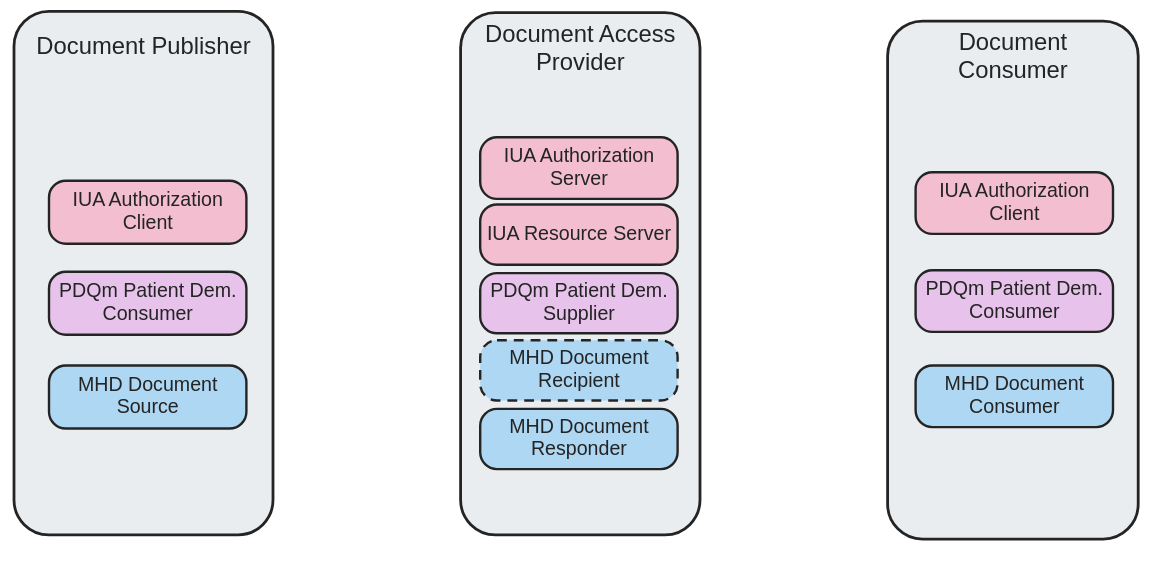
Earlier version of the draw.io export input/images/docExchange_2.drawio.svg (euridice-org/eu-health-data-api). Source tidied: cells renumbered, new cells last; positions are measured from the earlier drawing's top-left corner, leaving out a move shared by most shapes. Its diagram source:
```xml
<mxGraphModel>
  <root>
    <mxCell id="0" />
    <mxCell id="1" parent="0" />
    <mxCell id="2" style="rounded=1;whiteSpace=wrap;html=0;align=center;verticalAlign=middle;fillColor=#e9edf0;strokeColor=#242424;strokeWidth=2;fontColor=#242424;fontSize=16;fontFamily=Arial;" parent="1" vertex="1">
      <mxGeometry width="185" height="374" as="geometry" />
    </mxCell>
    <mxCell id="3" style="rounded=1;whiteSpace=wrap;html=0;align=center;verticalAlign=middle;fillColor=#e9edf0;strokeColor=#242424;strokeWidth=2;fontColor=#242424;fontSize=16;fontFamily=Arial;" parent="1" vertex="1">
      <mxGeometry x="319" y="1" width="171" height="373" as="geometry" />
    </mxCell>
    <mxCell id="4" style="rounded=1;whiteSpace=wrap;html=0;align=center;verticalAlign=middle;fillColor=#e9edf0;strokeColor=#242424;strokeWidth=2;fontColor=#242424;fontSize=16;fontFamily=Arial;" parent="1" vertex="1">
      <mxGeometry x="624" y="7" width="179" height="370" as="geometry" />
    </mxCell>
    <mxCell id="5" value="Document Publisher" style="text;html=0;whiteSpace=wrap;align=center;verticalAlign=middle;strokeColor=none;fillColor=none;fontColor=#242424;fontSize=17;fontFamily=Arial;" parent="1" vertex="1">
      <mxGeometry x="3" y="4" width="179" height="44" as="geometry" />
    </mxCell>
    <mxCell id="6" value="Document Access&#10;Provider" style="text;html=0;whiteSpace=wrap;align=center;verticalAlign=middle;strokeColor=none;fillColor=none;fontColor=#242424;fontSize=17;fontFamily=Arial;" parent="1" vertex="1">
      <mxGeometry x="321" y="4" width="167" height="47" as="geometry" />
    </mxCell>
    <mxCell id="7" value="Document&#10;Consumer" style="text;html=0;whiteSpace=wrap;align=center;verticalAlign=middle;strokeColor=none;fillColor=none;fontColor=#242424;fontSize=17;fontFamily=Arial;" parent="1" vertex="1">
      <mxGeometry x="627" y="10" width="173" height="47" as="geometry" />
    </mxCell>
    <mxCell id="8" value="IUA Authorization&#10;Client" style="rounded=1;whiteSpace=wrap;html=0;align=center;verticalAlign=middle;fillColor=#f3bfd0;strokeColor=#242424;strokeWidth=1.7;fontColor=#242424;fontSize=14;fontFamily=Arial;" parent="1" vertex="1">
      <mxGeometry x="25" y="121" width="141" height="45" as="geometry" />
    </mxCell>
    <mxCell id="9" value="PDQm Patient Dem.&#10;Consumer" style="rounded=1;whiteSpace=wrap;html=0;align=center;verticalAlign=middle;fillColor=#e7c2eb;strokeColor=#242424;strokeWidth=1.7;fontColor=#242424;fontSize=14;fontFamily=Arial;" parent="1" vertex="1">
      <mxGeometry x="25" y="186" width="141" height="45" as="geometry" />
    </mxCell>
    <mxCell id="10" value="MHD Document&#10;Source" style="rounded=1;whiteSpace=wrap;html=0;align=center;verticalAlign=middle;fillColor=#add7f2;strokeColor=#242424;strokeWidth=1.7;fontColor=#242424;fontSize=14;fontFamily=Arial;" parent="1" vertex="1">
      <mxGeometry x="25" y="253" width="141" height="45" as="geometry" />
    </mxCell>
    <mxCell id="11" value="IUA Authorization&#10;Server" style="rounded=1;whiteSpace=wrap;html=0;align=center;verticalAlign=middle;fillColor=#f3bfd0;strokeColor=#242424;strokeWidth=1.7;fontColor=#242424;fontSize=14;fontFamily=Arial;" parent="1" vertex="1">
      <mxGeometry x="333" y="90" width="141" height="44" as="geometry" />
    </mxCell>
    <mxCell id="12" value="IUA Resource Server" style="rounded=1;whiteSpace=wrap;html=0;align=center;verticalAlign=middle;fillColor=#f3bfd0;strokeColor=#242424;strokeWidth=1.7;fontColor=#242424;fontSize=14;fontFamily=Arial;" parent="1" vertex="1">
      <mxGeometry x="333" y="138" width="141" height="43" as="geometry" />
    </mxCell>
    <mxCell id="13" value="PDQm Patient Dem.&#10;Supplier" style="rounded=1;whiteSpace=wrap;html=0;align=center;verticalAlign=middle;fillColor=#e7c2eb;strokeColor=#242424;strokeWidth=1.7;fontColor=#242424;fontSize=14;fontFamily=Arial;" parent="1" vertex="1">
      <mxGeometry x="333" y="187" width="141" height="43" as="geometry" />
    </mxCell>
    <mxCell id="14" value="MHD Document&#10;Recipient" style="rounded=1;whiteSpace=wrap;html=0;align=center;verticalAlign=middle;fillColor=#add7f2;strokeColor=#242424;strokeWidth=1.7;fontColor=#242424;fontSize=14;fontFamily=Arial;dashed=1;dashPattern=7 5;" parent="1" vertex="1">
      <mxGeometry x="333" y="235" width="141" height="43" as="geometry" />
    </mxCell>
    <mxCell id="15" value="MHD Document&#10;Responder" style="rounded=1;whiteSpace=wrap;html=0;align=center;verticalAlign=middle;fillColor=#add7f2;strokeColor=#242424;strokeWidth=1.7;fontColor=#242424;fontSize=14;fontFamily=Arial;" parent="1" vertex="1">
      <mxGeometry x="333" y="284" width="141" height="43" as="geometry" />
    </mxCell>
    <mxCell id="16" value="IUA Authorization&#10;Client" style="rounded=1;whiteSpace=wrap;html=0;align=center;verticalAlign=middle;fillColor=#f3bfd0;strokeColor=#242424;strokeWidth=1.7;fontColor=#242424;fontSize=14;fontFamily=Arial;" parent="1" vertex="1">
      <mxGeometry x="644" y="115" width="141" height="44" as="geometry" />
    </mxCell>
    <mxCell id="17" value="PDQm Patient Dem.&#10;Consumer" style="rounded=1;whiteSpace=wrap;html=0;align=center;verticalAlign=middle;fillColor=#e7c2eb;strokeColor=#242424;strokeWidth=1.7;fontColor=#242424;fontSize=14;fontFamily=Arial;" parent="1" vertex="1">
      <mxGeometry x="644" y="185" width="141" height="44" as="geometry" />
    </mxCell>
    <mxCell id="18" value="MHD Document&#10;Consumer" style="rounded=1;whiteSpace=wrap;html=0;align=center;verticalAlign=middle;fillColor=#add7f2;strokeColor=#242424;strokeWidth=1.7;fontColor=#242424;fontSize=14;fontFamily=Arial;" parent="1" vertex="1">
      <mxGeometry x="644" y="253" width="141" height="44" as="geometry" />
    </mxCell>
  </root>
</mxGraphModel>
```
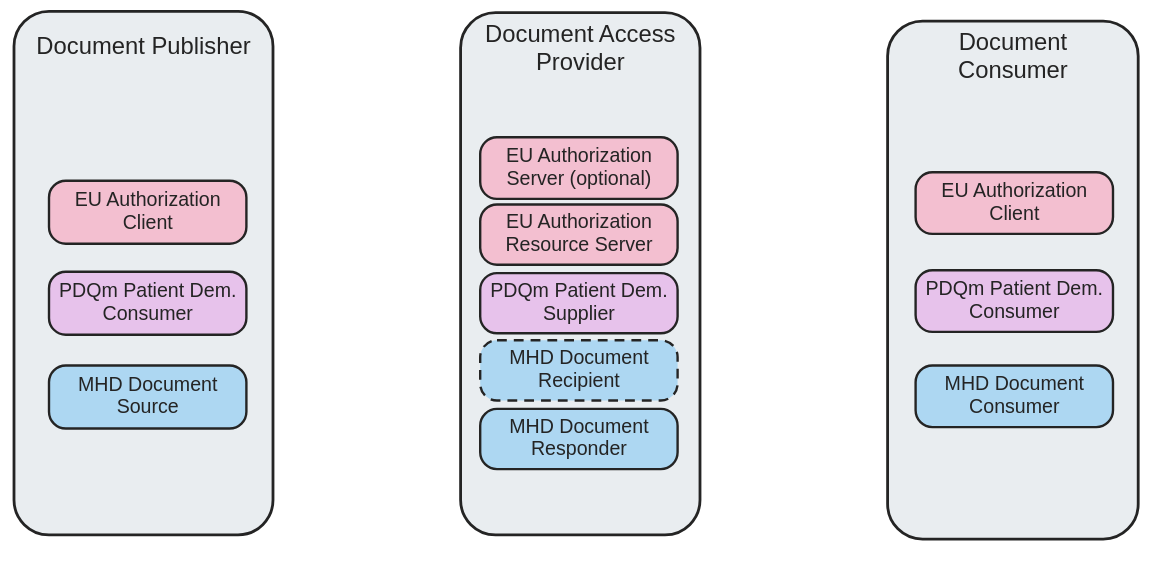
After the change.

Diff of the diagram source:
```diff
@@ -20,7 +20,7 @@
     <mxCell id="7" value="Document&#10;Consumer" style="text;html=0;whiteSpace=wrap;align=center;verticalAlign=middle;strokeColor=none;fillColor=none;fontColor=#242424;fontSize=17;fontFamily=Arial;" parent="1" vertex="1">
       <mxGeometry x="627" y="10" width="173" height="47" as="geometry" />
     </mxCell>
-    <mxCell id="8" value="IUA Authorization&#10;Client" style="rounded=1;whiteSpace=wrap;html=0;align=center;verticalAlign=middle;fillColor=#f3bfd0;strokeColor=#242424;strokeWidth=1.7;fontColor=#242424;fontSize=14;fontFamily=Arial;" parent="1" vertex="1">
+    <mxCell id="8" value="EU Authorization&#10;Client" style="rounded=1;whiteSpace=wrap;html=0;align=center;verticalAlign=middle;fillColor=#f3bfd0;strokeColor=#242424;strokeWidth=1.7;fontColor=#242424;fontSize=14;fontFamily=Arial;" parent="1" vertex="1">
       <mxGeometry x="25" y="121" width="141" height="45" as="geometry" />
     </mxCell>
     <mxCell id="9" value="PDQm Patient Dem.&#10;Consumer" style="rounded=1;whiteSpace=wrap;html=0;align=center;verticalAlign=middle;fillColor=#e7c2eb;strokeColor=#242424;strokeWidth=1.7;fontColor=#242424;fontSize=14;fontFamily=Arial;" parent="1" vertex="1">
@@ -29,10 +29,10 @@
     <mxCell id="10" value="MHD Document&#10;Source" style="rounded=1;whiteSpace=wrap;html=0;align=center;verticalAlign=middle;fillColor=#add7f2;strokeColor=#242424;strokeWidth=1.7;fontColor=#242424;fontSize=14;fontFamily=Arial;" parent="1" vertex="1">
       <mxGeometry x="25" y="253" width="141" height="45" as="geometry" />
     </mxCell>
-    <mxCell id="11" value="IUA Authorization&#10;Server" style="rounded=1;whiteSpace=wrap;html=0;align=center;verticalAlign=middle;fillColor=#f3bfd0;strokeColor=#242424;strokeWidth=1.7;fontColor=#242424;fontSize=14;fontFamily=Arial;" parent="1" vertex="1">
+    <mxCell id="11" value="EU Authorization&#10;Server (optional)" style="rounded=1;whiteSpace=wrap;html=0;align=center;verticalAlign=middle;fillColor=#f3bfd0;strokeColor=#242424;strokeWidth=1.7;fontColor=#242424;fontSize=14;fontFamily=Arial;" parent="1" vertex="1">
       <mxGeometry x="333" y="90" width="141" height="44" as="geometry" />
     </mxCell>
-    <mxCell id="12" value="IUA Resource Server" style="rounded=1;whiteSpace=wrap;html=0;align=center;verticalAlign=middle;fillColor=#f3bfd0;strokeColor=#242424;strokeWidth=1.7;fontColor=#242424;fontSize=14;fontFamily=Arial;" parent="1" vertex="1">
+    <mxCell id="12" value="EU Authorization&#10;Resource Server" style="rounded=1;whiteSpace=wrap;html=0;align=center;verticalAlign=middle;fillColor=#f3bfd0;strokeColor=#242424;strokeWidth=1.7;fontColor=#242424;fontSize=14;fontFamily=Arial;" parent="1" vertex="1">
       <mxGeometry x="333" y="138" width="141" height="43" as="geometry" />
     </mxCell>
     <mxCell id="13" value="PDQm Patient Dem.&#10;Supplier" style="rounded=1;whiteSpace=wrap;html=0;align=center;verticalAlign=middle;fillColor=#e7c2eb;strokeColor=#242424;strokeWidth=1.7;fontColor=#242424;fontSize=14;fontFamily=Arial;" parent="1" vertex="1">
@@ -44,7 +44,7 @@
     <mxCell id="15" value="MHD Document&#10;Responder" style="rounded=1;whiteSpace=wrap;html=0;align=center;verticalAlign=middle;fillColor=#add7f2;strokeColor=#242424;strokeWidth=1.7;fontColor=#242424;fontSize=14;fontFamily=Arial;" parent="1" vertex="1">
       <mxGeometry x="333" y="284" width="141" height="43" as="geometry" />
     </mxCell>
-    <mxCell id="16" value="IUA Authorization&#10;Client" style="rounded=1;whiteSpace=wrap;html=0;align=center;verticalAlign=middle;fillColor=#f3bfd0;strokeColor=#242424;strokeWidth=1.7;fontColor=#242424;fontSize=14;fontFamily=Arial;" parent="1" vertex="1">
+    <mxCell id="16" value="EU Authorization&#10;Client" style="rounded=1;whiteSpace=wrap;html=0;align=center;verticalAlign=middle;fillColor=#f3bfd0;strokeColor=#242424;strokeWidth=1.7;fontColor=#242424;fontSize=14;fontFamily=Arial;" parent="1" vertex="1">
       <mxGeometry x="644" y="115" width="141" height="44" as="geometry" />
     </mxCell>
     <mxCell id="17" value="PDQm Patient Dem.&#10;Consumer" style="rounded=1;whiteSpace=wrap;html=0;align=center;verticalAlign=middle;fillColor=#e7c2eb;strokeColor=#242424;strokeWidth=1.7;fontColor=#242424;fontSize=14;fontFamily=Arial;" parent="1" vertex="1">
```
